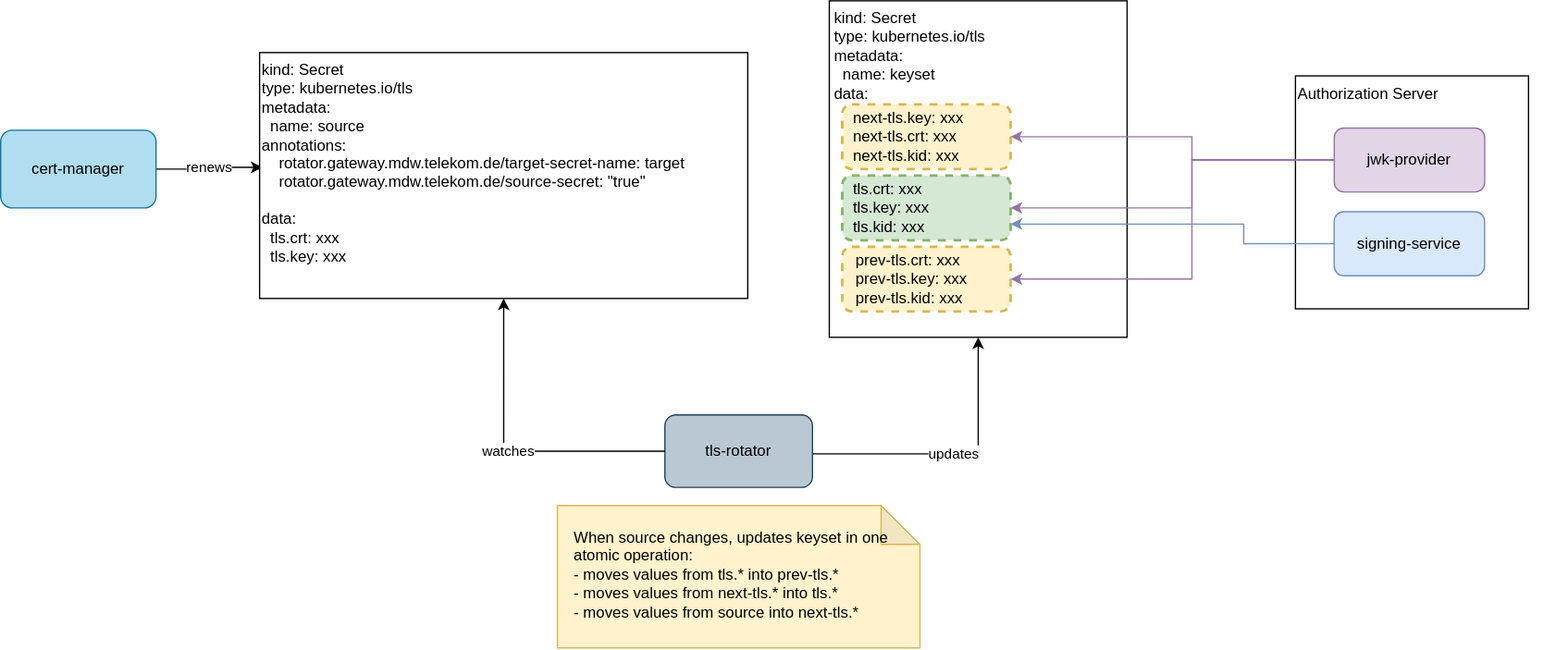
This is docs/architecture.svg from telekom/gateway-rotator, a draw.io export, as it was before one commit. Source tidied: cells renumbered, new cells last; positions are measured from the earlier drawing's top-left corner, leaving out a move shared by most shapes.
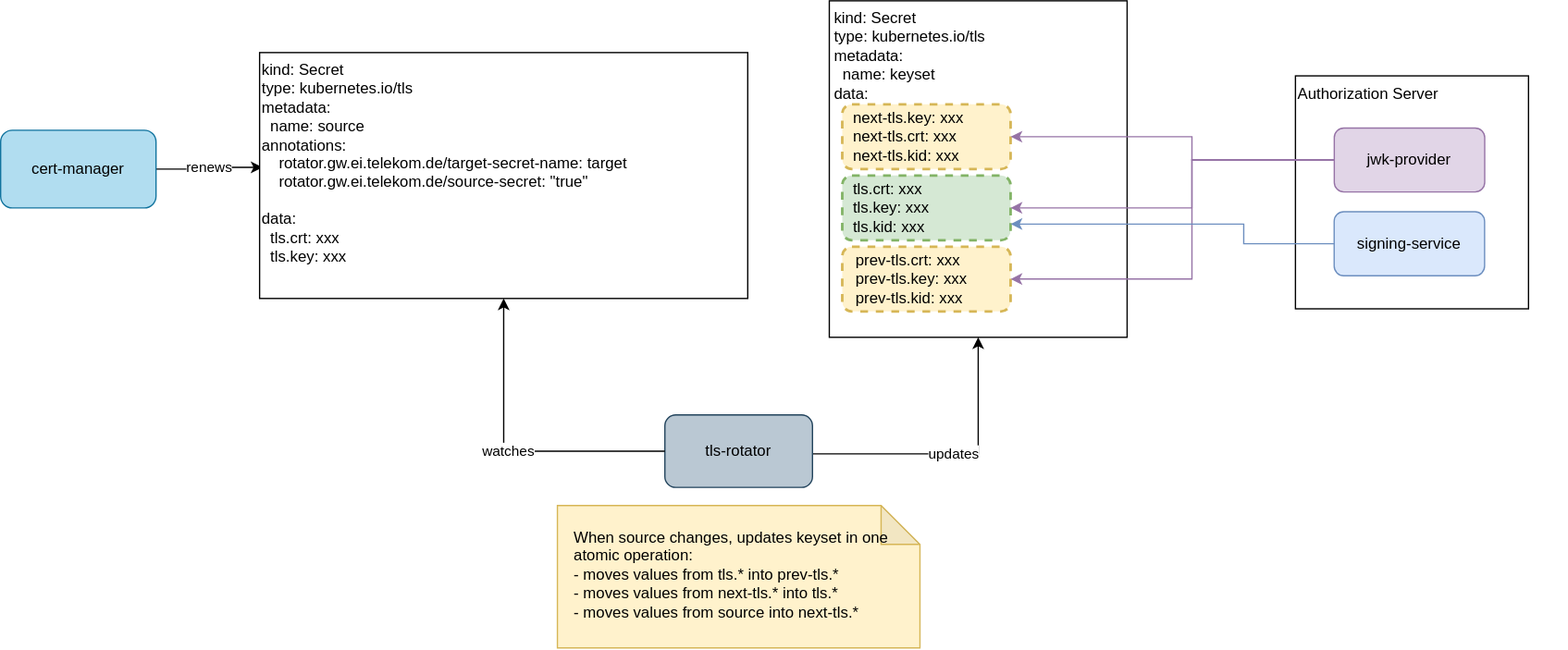
Later version of the same file.

The edit, as a diff of the source:
```diff
@@ -43,7 +43,7 @@
     <mxCell id="12" value="When source changes, updates keyset in one atomic operation:&lt;br&gt;&lt;div&gt;- moves values from tls.* into prev-tls.*&lt;/div&gt;&lt;div&gt;- moves values from next-tls.* into tls.*&lt;/div&gt;- moves values from source into next-tls.*" style="shape=note;whiteSpace=wrap;html=1;backgroundOutline=1;darkOpacity=0.05;fillColor=#fff2cc;strokeColor=#d6b656;verticalAlign=top;spacingTop=0;spacing=13;align=left;fillStyle=solid;" parent="1" vertex="1">
       <mxGeometry x="430" y="390" width="280" height="110" as="geometry" />
     </mxCell>
-    <mxCell id="13" value="kind: Secret&lt;br&gt;&lt;div&gt;type: kubernetes.io/tls&lt;/div&gt;&lt;div&gt;metadata:&lt;/div&gt;&lt;div&gt;&amp;nbsp; name: source&lt;br&gt;annotations:&lt;/div&gt;&lt;div&gt;&amp;nbsp;&amp;nbsp;&amp;nbsp; rotator.gateway.mdw.telekom.de/target-secret-name: target&lt;br&gt;&amp;nbsp;&amp;nbsp;&amp;nbsp; rotator.gateway.mdw.telekom.de/source-secret: &quot;true&quot;&lt;br&gt;&lt;br&gt;&lt;/div&gt;&lt;div&gt;data:&lt;br&gt;&amp;nbsp; tls.crt: xxx&lt;br&gt;&amp;nbsp; tls.key: xxx&lt;br&gt;&lt;br&gt;&lt;/div&gt;" style="rounded=0;whiteSpace=wrap;html=1;align=left;verticalAlign=top;fillStyle=solid;" parent="1" vertex="1">
+    <mxCell id="13" value="kind: Secret&lt;br&gt;&lt;div&gt;type: kubernetes.io/tls&lt;/div&gt;&lt;div&gt;metadata:&lt;/div&gt;&lt;div&gt;&amp;nbsp; name: source&lt;br&gt;annotations:&lt;/div&gt;&lt;div&gt;&amp;nbsp;&amp;nbsp;&amp;nbsp; rotator.gw.ei.telekom.de/target-secret-name: target&lt;br&gt;&amp;nbsp;&amp;nbsp;&amp;nbsp; rotator.gw.ei.telekom.de/source-secret: &quot;true&quot;&lt;br&gt;&lt;br&gt;&lt;/div&gt;&lt;div&gt;data:&lt;br&gt;&amp;nbsp; tls.crt: xxx&lt;br&gt;&amp;nbsp; tls.key: xxx&lt;br&gt;&lt;br&gt;&lt;/div&gt;" style="rounded=0;whiteSpace=wrap;html=1;align=left;verticalAlign=top;fillStyle=solid;" parent="1" vertex="1">
       <mxGeometry x="200" y="40" width="377" height="190" as="geometry" />
     </mxCell>
     <mxCell id="14" value="&amp;nbsp; prev-tls.crt: xxx&lt;br&gt;&amp;nbsp; prev-tls.key: xxx&lt;br&gt;&amp;nbsp; prev-tls.kid: xxx" style="rounded=1;whiteSpace=wrap;html=1;fillColor=#fff2cc;dashed=1;strokeColor=#d6b656;align=left;spacingLeft=2;spacingBottom=0;strokeWidth=2;fillStyle=solid;" parent="1" vertex="1">
```
